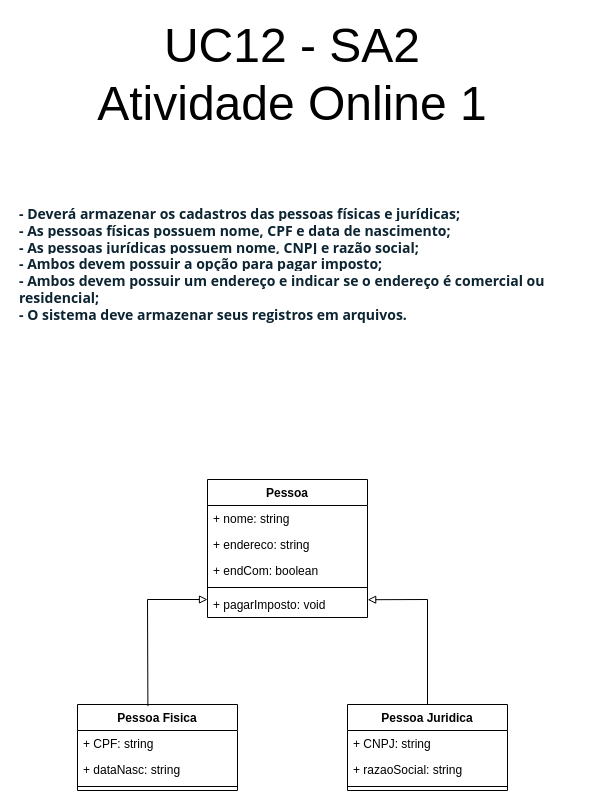
This is SA2/Atividade online 1/Atividade online 1.drawio from welingtonvb/uc12, a draw.io file, before an edit. Source tidied: cells renumbered, new cells numbered last; positions are measured from the earlier drawing's top-left corner, leaving out a move shared by most shapes. Both pictures are drawn from the tidied source at 100%, with x=0, y=0 at pixel (17, 59).
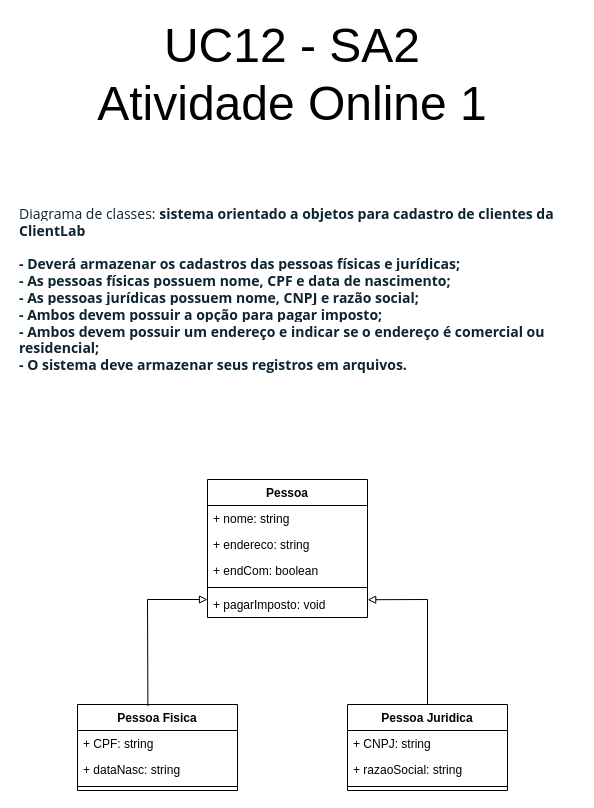
After the change.

Commit message (it also covers changes not shown here):
Alteracao do repositorio

Diff of the diagram source:
```diff
@@
-    <mxCell id="19" value="&lt;strong style=&quot;box-sizing: border-box; font-weight: 700; color: rgb(13, 37, 50); font-family: &amp;quot;Open Sans Hebrew&amp;quot;, &amp;quot;Open Sans&amp;quot;, sans-serif; font-size: 14px; font-style: normal; font-variant-ligatures: normal; font-variant-caps: normal; letter-spacing: normal; orphans: 2; text-align: start; text-indent: 0px; text-transform: none; widows: 2; word-spacing: 0px; -webkit-text-stroke-width: 0px; background-color: rgb(255, 255, 255); text-decoration-thickness: initial; text-decoration-style: initial; text-decoration-color: initial;&quot;&gt;- Deverá armazenar os cadastros das pessoas físicas e jurídicas;&lt;/strong&gt;&lt;br style=&quot;box-sizing: border-box; color: rgb(13, 37, 50); font-family: &amp;quot;Open Sans Hebrew&amp;quot;, &amp;quot;Open Sans&amp;quot;, sans-serif; font-size: 14px; font-style: normal; font-variant-ligatures: normal; font-variant-caps: normal; font-weight: 400; letter-spacing: normal; orphans: 2; text-align: start; text-indent: 0px; text-transform: none; widows: 2; word-spacing: 0px; -webkit-text-stroke-width: 0px; background-color: rgb(255, 255, 255); text-decoration-thickness: initial; text-decoration-style: initial; text-decoration-color: initial;&quot;&gt;&lt;strong style=&quot;box-sizing: border-box; font-weight: 700; color: rgb(13, 37, 50); font-family: &amp;quot;Open Sans Hebrew&amp;quot;, &amp;quot;Open Sans&amp;quot;, sans-serif; font-size: 14px; font-style: normal; font-variant-ligatures: normal; font-variant-caps: normal; letter-spacing: normal; orphans: 2; text-align: start; text-indent: 0px; text-transform: none; widows: 2; word-spacing: 0px; -webkit-text-stroke-width: 0px; background-color: rgb(255, 255, 255); text-decoration-thickness: initial; text-decoration-style: initial; text-decoration-color: initial;&quot;&gt;- As pessoas físicas possuem nome, CPF e data de nascimento; &amp;nbsp;&lt;/strong&gt;&lt;br style=&quot;box-sizing: border-box; color: rgb(13, 37, 50); font-family: &amp;quot;Open Sans Hebrew&amp;quot;, &amp;quot;Open Sans&amp;quot;, sans-serif; font-size: 14px; font-style: normal; font-variant-ligatures: normal; font-variant-caps: normal; font-weight: 400; letter-spacing: normal; orphans: 2; text-align: start; text-indent: 0px; text-transform: none; widows: 2; word-spacing: 0px; -webkit-text-stroke-width: 0px; background-color: rgb(255, 255, 255); text-decoration-thickness: initial; text-decoration-style: initial; text-decoration-color: initial;&quot;&gt;&lt;strong style=&quot;box-sizing: border-box; font-weight: 700; color: rgb(13, 37, 50); font-family: &amp;quot;Open Sans Hebrew&amp;quot;, &amp;quot;Open Sans&amp;quot;, sans-serif; font-size: 14px; font-style: normal; font-variant-ligatures: normal; font-variant-caps: normal; letter-spacing: normal; orphans: 2; text-align: start; text-indent: 0px; text-transform: none; widows: 2; word-spacing: 0px; -webkit-text-stroke-width: 0px; background-color: rgb(255, 255, 255); text-decoration-thickness: initial; text-decoration-style: initial; text-decoration-color: initial;&quot;&gt;- As pessoas jurídicas possuem nome, CNPJ e razão social; &amp;nbsp;&amp;nbsp;&amp;nbsp;&amp;nbsp;&amp;nbsp;&amp;nbsp;&amp;nbsp;&amp;nbsp;&lt;/strong&gt;&lt;br style=&quot;box-sizing: border-box; color: rgb(13, 37, 50); font-family: &amp;quot;Open Sans Hebrew&amp;quot;, &amp;quot;Open Sans&amp;quot;, sans-serif; font-size: 14px; font-style: normal; font-variant-ligatures: normal; font-variant-caps: normal; font-weight: 400; letter-spacing: normal; orphans: 2; text-align: start; text-indent: 0px; text-transform: none; widows: 2; word-spacing: 0px; -webkit-text-stroke-width: 0px; background-color: rgb(255, 255, 255); text-decoration-thickness: initial; text-decoration-style: initial; text-decoration-color: initial;&quot;&gt;&lt;strong style=&quot;box-sizing: border-box; font-weight: 700; color: rgb(13, 37, 50); font-family: &amp;quot;Open Sans Hebrew&amp;quot;, &amp;quot;Open Sans&amp;quot;, sans-serif; font-size: 14px; font-style: normal; font-variant-ligatures: normal; font-variant-caps: normal; letter-spacing: normal; orphans: 2; text-align: start; text-indent: 0px; text-transform: none; widows: 2; word-spacing: 0px; -webkit-text-stroke-width: 0px; background-color: rgb(255, 255, 255); text-decoration-thickness: initial; text-decoration-style: initial; text-decoration-color: initial;&quot;&gt;- Ambos devem possuir a opção para pagar imposto;&lt;/strong&gt;&lt;br style=&quot;box-sizing: border-box; color: rgb(13, 37, 50); font-family: &amp;quot;Open Sans Hebrew&amp;quot;, &amp;quot;Open Sans&amp;quot;, sans-serif; font-size: 14px; font-style: normal; font-variant-ligatures: normal; font-variant-caps: normal; font-weight: 400; letter-spacing: normal; orphans: 2; text-align: start; text-indent: 0px; text-transform: none; widows: 2; word-spacing: 0px; -webkit-text-stroke-width: 0px; background-color: rgb(255, 255, 255); text-decoration-thickness: initial; text-decoration-style: initial; text-decoration-color: initial;&quot;&gt;&lt;strong style=&quot;box-sizing: border-box; font-weight: 700; color: rgb(13, 37, 50); font-family: &amp;quot;Open Sans Hebrew&amp;quot;, &amp;quot;Open Sans&amp;quot;, sans-serif; font-size: 14px; font-style: normal; font-variant-ligatures: normal; font-variant-caps: normal; letter-spacing: normal; orphans: 2; text-align: start; text-indent: 0px; text-transform: none; widows: 2; word-spacing: 0px; -webkit-text-stroke-width: 0px; background-color: rgb(255, 255, 255); text-decoration-thickness: initial; text-decoration-style: initial; text-decoration-color: initial;&quot;&gt;- Ambos devem possuir um endereço e indicar se o endereço é comercial ou residencial; &amp;nbsp;&lt;/strong&gt;&lt;br style=&quot;box-sizing: border-box; color: rgb(13, 37, 50); font-family: &amp;quot;Open Sans Hebrew&amp;quot;, &amp;quot;Open Sans&amp;quot;, sans-serif; font-size: 14px; font-style: normal; font-variant-ligatures: normal; font-variant-caps: normal; font-weight: 400; letter-spacing: normal; orphans: 2; text-align: start; text-indent: 0px; text-transform: none; widows: 2; word-spacing: 0px; -webkit-text-stroke-width: 0px; background-color: rgb(255, 255, 255); text-decoration-thickness: initial; text-decoration-style: initial; text-decoration-color: initial;&quot;&gt;&lt;strong style=&quot;box-sizing: border-box; font-weight: 700; color: rgb(13, 37, 50); font-family: &amp;quot;Open Sans Hebrew&amp;quot;, &amp;quot;Open Sans&amp;quot;, sans-serif; font-size: 14px; font-style: normal; font-variant-ligatures: normal; font-variant-caps: normal; letter-spacing: normal; orphans: 2; text-align: start; text-indent: 0px; text-transform: none; widows: 2; word-spacing: 0px; -webkit-text-stroke-width: 0px; background-color: rgb(255, 255, 255); text-decoration-thickness: initial; text-decoration-style: initial; text-decoration-color: initial;&quot;&gt;- O sistema deve armazenar seus registros em arquivos.&lt;/strong&gt;" style="text;whiteSpace=wrap;html=1;" parent="1" vertex="1">
+    <mxCell id="19" value="&lt;strong style=&quot;box-sizing: border-box; font-weight: 700; color: rgb(13, 37, 50); font-family: &amp;quot;Open Sans Hebrew&amp;quot;, &amp;quot;Open Sans&amp;quot;, sans-serif; font-size: 14px; font-style: normal; font-variant-ligatures: normal; font-variant-caps: normal; letter-spacing: normal; orphans: 2; text-align: start; text-indent: 0px; text-transform: none; widows: 2; word-spacing: 0px; -webkit-text-stroke-width: 0px; background-color: rgb(255, 255, 255); text-decoration-thickness: initial; text-decoration-style: initial; text-decoration-color: initial;&quot;&gt;&lt;span style=&quot;font-weight: 400;&quot;&gt;Diagrama de classes:&amp;nbsp;&lt;/span&gt;&lt;span style=&quot;box-sizing: border-box;&quot;&gt;sistema orientado a objetos para cadastro de clientes da ClientLab&lt;/span&gt;&lt;br&gt;&lt;br&gt;- Deverá armazenar os cadastros das pessoas físicas e jurídicas;&lt;/strong&gt;&lt;br style=&quot;box-sizing: border-box; color: rgb(13, 37, 50); font-family: &amp;quot;Open Sans Hebrew&amp;quot;, &amp;quot;Open Sans&amp;quot;, sans-serif; font-size: 14px; font-style: normal; font-variant-ligatures: normal; font-variant-caps: normal; font-weight: 400; letter-spacing: normal; orphans: 2; text-align: start; text-indent: 0px; text-transform: none; widows: 2; word-spacing: 0px; -webkit-text-stroke-width: 0px; background-color: rgb(255, 255, 255); text-decoration-thickness: initial; text-decoration-style: initial; text-decoration-color: initial;&quot;&gt;&lt;strong style=&quot;box-sizing: border-box; font-weight: 700; color: rgb(13, 37, 50); font-family: &amp;quot;Open Sans Hebrew&amp;quot;, &amp;quot;Open Sans&amp;quot;, sans-serif; font-size: 14px; font-style: normal; font-variant-ligatures: normal; font-variant-caps: normal; letter-spacing: normal; orphans: 2; text-align: start; text-indent: 0px; text-transform: none; widows: 2; word-spacing: 0px; -webkit-text-stroke-width: 0px; background-color: rgb(255, 255, 255); text-decoration-thickness: initial; text-decoration-style: initial; text-decoration-color: initial;&quot;&gt;- As pessoas físicas possuem nome, CPF e data de nascimento; &amp;nbsp;&lt;/strong&gt;&lt;br style=&quot;box-sizing: border-box; color: rgb(13, 37, 50); font-family: &amp;quot;Open Sans Hebrew&amp;quot;, &amp;quot;Open Sans&amp;quot;, sans-serif; font-size: 14px; font-style: normal; font-variant-ligatures: normal; font-variant-caps: normal; font-weight: 400; letter-spacing: normal; orphans: 2; text-align: start; text-indent: 0px; text-transform: none; widows: 2; word-spacing: 0px; -webkit-text-stroke-width: 0px; background-color: rgb(255, 255, 255); text-decoration-thickness: initial; text-decoration-style: initial; text-decoration-color: initial;&quot;&gt;&lt;strong style=&quot;box-sizing: border-box; font-weight: 700; color: rgb(13, 37, 50); font-family: &amp;quot;Open Sans Hebrew&amp;quot;, &amp;quot;Open Sans&amp;quot;, sans-serif; font-size: 14px; font-style: normal; font-variant-ligatures: normal; font-variant-caps: normal; letter-spacing: normal; orphans: 2; text-align: start; text-indent: 0px; text-transform: none; widows: 2; word-spacing: 0px; -webkit-text-stroke-width: 0px; background-color: rgb(255, 255, 255); text-decoration-thickness: initial; text-decoration-style: initial; text-decoration-color: initial;&quot;&gt;- As pessoas jurídicas possuem nome, CNPJ e razão social; &amp;nbsp;&amp;nbsp;&amp;nbsp;&amp;nbsp;&amp;nbsp;&amp;nbsp;&amp;nbsp;&amp;nbsp;&lt;/strong&gt;&lt;br style=&quot;box-sizing: border-box; color: rgb(13, 37, 50); font-family: &amp;quot;Open Sans Hebrew&amp;quot;, &amp;quot;Open Sans&amp;quot;, sans-serif; font-size: 14px; font-style: normal; font-variant-ligatures: normal; font-variant-caps: normal; font-weight: 400; letter-spacing: normal; orphans: 2; text-align: start; text-indent: 0px; text-transform: none; widows: 2; word-spacing: 0px; -webkit-text-stroke-width: 0px; background-color: rgb(255, 255, 255); text-decoration-thickness: initial; text-decoration-style: initial; text-decoration-color: initial;&quot;&gt;&lt;strong style=&quot;box-sizing: border-box; font-weight: 700; color: rgb(13, 37, 50); font-family: &amp;quot;Open Sans Hebrew&amp;quot;, &amp;quot;Open Sans&amp;quot;, sans-serif; font-size: 14px; font-style: normal; font-variant-ligatures: normal; font-variant-caps: normal; letter-spacing: normal; orphans: 2; text-align: start; text-indent: 0px; text-transform: none; widows: 2; word-spacing: 0px; -webkit-text-stroke-width: 0px; background-color: rgb(255, 255, 255); text-decoration-thickness: initial; text-decoration-style: initial; text-decoration-color: initial;&quot;&gt;- Ambos devem possuir a opção para pagar imposto;&lt;/strong&gt;&lt;br style=&quot;box-sizing: border-box; color: rgb(13, 37, 50); font-family: &amp;quot;Open Sans Hebrew&amp;quot;, &amp;quot;Open Sans&amp;quot;, sans-serif; font-size: 14px; font-style: normal; font-variant-ligatures: normal; font-variant-caps: normal; font-weight: 400; letter-spacing: normal; orphans: 2; text-align: start; text-indent: 0px; text-transform: none; widows: 2; word-spacing: 0px; -webkit-text-stroke-width: 0px; background-color: rgb(255, 255, 255); text-decoration-thickness: initial; text-decoration-style: initial; text-decoration-color: initial;&quot;&gt;&lt;strong style=&quot;box-sizing: border-box; font-weight: 700; color: rgb(13, 37, 50); font-family: &amp;quot;Open Sans Hebrew&amp;quot;, &amp;quot;Open Sans&amp;quot;, sans-serif; font-size: 14px; font-style: normal; font-variant-ligatures: normal; font-variant-caps: normal; letter-spacing: normal; orphans: 2; text-align: start; text-indent: 0px; text-transform: none; widows: 2; word-spacing: 0px; -webkit-text-stroke-width: 0px; background-color: rgb(255, 255, 255); text-decoration-thickness: initial; text-decoration-style: initial; text-decoration-color: initial;&quot;&gt;- Ambos devem possuir um endereço e indicar se o endereço é comercial ou residencial; &amp;nbsp;&lt;/strong&gt;&lt;br style=&quot;box-sizing: border-box; color: rgb(13, 37, 50); font-family: &amp;quot;Open Sans Hebrew&amp;quot;, &amp;quot;Open Sans&amp;quot;, sans-serif; font-size: 14px; font-style: normal; font-variant-ligatures: normal; font-variant-caps: normal; font-weight: 400; letter-spacing: normal; orphans: 2; text-align: start; text-indent: 0px; text-transform: none; widows: 2; word-spacing: 0px; -webkit-text-stroke-width: 0px; background-color: rgb(255, 255, 255); text-decoration-thickness: initial; text-decoration-style: initial; text-decoration-color: initial;&quot;&gt;&lt;strong style=&quot;box-sizing: border-box; font-weight: 700; color: rgb(13, 37, 50); font-family: &amp;quot;Open Sans Hebrew&amp;quot;, &amp;quot;Open Sans&amp;quot;, sans-serif; font-size: 14px; font-style: normal; font-variant-ligatures: normal; font-variant-caps: normal; letter-spacing: normal; orphans: 2; text-align: start; text-indent: 0px; text-transform: none; widows: 2; word-spacing: 0px; -webkit-text-stroke-width: 0px; background-color: rgb(255, 255, 255); text-decoration-thickness: initial; text-decoration-style: initial; text-decoration-color: initial;&quot;&gt;- O sistema deve armazenar seus registros em arquivos.&lt;/strong&gt;" style="text;whiteSpace=wrap;html=1;" parent="1" vertex="1">
       <mxGeometry y="140" width="560" height="140" as="geometry" />
     </mxCell>
```
